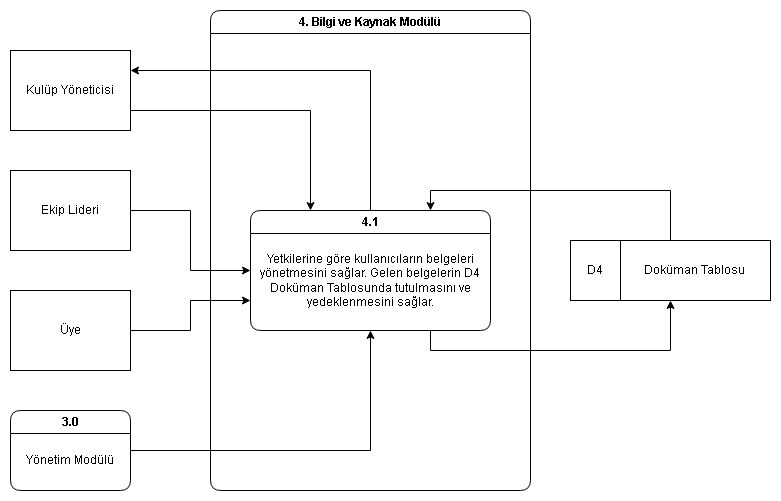
This is diagrams/vad2/vad2.4.drawio.png from furkanvka/Club-management-system, a draw.io export, as it was before one commit. Source tidied: cells renumbered, new cells last; positions are measured from the earlier drawing's top-left corner, leaving out a move shared by most shapes.
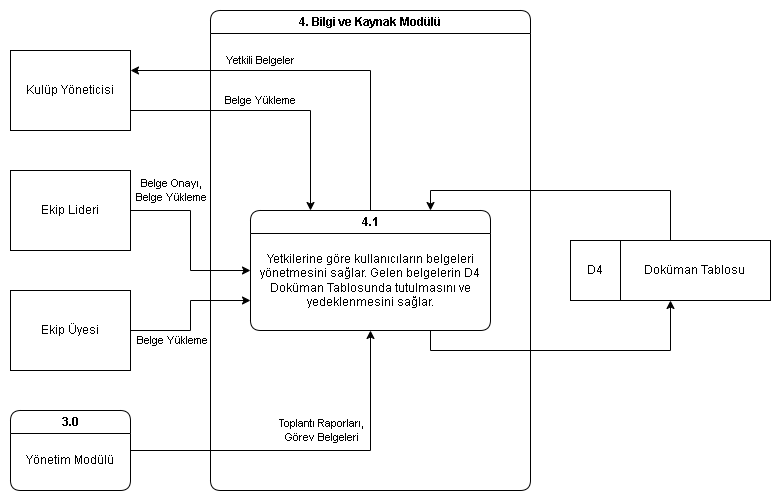
The same file after the commit.

Change to the diagram source:
```diff
@@ -31,24 +31,44 @@
     <mxCell id="9" style="edgeStyle=orthogonalEdgeStyle;rounded=0;jettySize=auto;html=1;exitX=1;exitY=0.75;exitDx=0;exitDy=0;entryX=0.25;entryY=0;entryDx=0;entryDy=0;" parent="1" edge="1" source="10" target="4">
       <mxGeometry relative="1" as="geometry" />
     </mxCell>
+    <mxCell id="20" value="Belge Yükleme" style="edgeLabel;html=1;align=center;verticalAlign=middle;" parent="9" vertex="1">
+      <mxGeometry x="-0.71" y="1" relative="1" as="geometry">
+        <mxPoint x="88" y="-9" as="offset" />
+      </mxGeometry>
+    </mxCell>
     <mxCell id="10" value="Kulüp Yöneticisi" style="rounded=0;whiteSpace=wrap;html=1;" parent="1" vertex="1">
       <mxGeometry y="40" width="120" height="80" as="geometry" />
     </mxCell>
     <mxCell id="11" style="edgeStyle=orthogonalEdgeStyle;rounded=0;jettySize=auto;html=1;exitX=1;exitY=0.5;exitDx=0;exitDy=0;entryX=0;entryY=0.5;entryDx=0;entryDy=0;" parent="1" edge="1" source="12" target="4">
       <mxGeometry relative="1" as="geometry" />
     </mxCell>
+    <mxCell id="21" value="Belge Onayı,&lt;br&gt;Belge Yükleme" style="edgeLabel;html=1;align=center;verticalAlign=middle;" parent="11" vertex="1">
+      <mxGeometry x="-0.5" y="-3" relative="1" as="geometry">
+        <mxPoint x="-5" y="-23" as="offset" />
+      </mxGeometry>
+    </mxCell>
     <mxCell id="12" value="Ekip Lideri" style="rounded=0;whiteSpace=wrap;html=1;" parent="1" vertex="1">
       <mxGeometry y="160" width="120" height="80" as="geometry" />
     </mxCell>
     <mxCell id="13" style="edgeStyle=orthogonalEdgeStyle;rounded=0;jettySize=auto;html=1;exitX=1;exitY=0.5;exitDx=0;exitDy=0;entryX=0;entryY=0.75;entryDx=0;entryDy=0;" parent="1" edge="1" source="14" target="4">
       <mxGeometry relative="1" as="geometry" />
     </mxCell>
+    <mxCell id="22" value="Belge Yükleme" style="edgeLabel;html=1;align=center;verticalAlign=middle;" parent="13" vertex="1">
+      <mxGeometry x="-0.45" y="-3" relative="1" as="geometry">
+        <mxPoint y="7" as="offset" />
+      </mxGeometry>
+    </mxCell>
-    <mxCell id="14" value="Üye" style="rounded=0;whiteSpace=wrap;html=1;" parent="1" vertex="1">
+    <mxCell id="14" value="Ekip Üyesi" style="rounded=0;whiteSpace=wrap;html=1;" parent="1" vertex="1">
       <mxGeometry y="280" width="120" height="80" as="geometry" />
     </mxCell>
     <mxCell id="15" style="edgeStyle=orthogonalEdgeStyle;rounded=0;jettySize=auto;html=1;exitX=1;exitY=0.5;exitDx=0;exitDy=0;entryX=0.5;entryY=1;entryDx=0;entryDy=0;" parent="1" edge="1" source="16" target="4">
       <mxGeometry relative="1" as="geometry" />
     </mxCell>
+    <mxCell id="23" value="Toplantı Raporları,&lt;br&gt;Görev Belgeleri" style="edgeLabel;html=1;align=center;verticalAlign=middle;" parent="15" vertex="1">
+      <mxGeometry x="-0.36" relative="1" as="geometry">
+        <mxPoint x="74" y="-20" as="offset" />
+      </mxGeometry>
+    </mxCell>
     <mxCell id="16" value="3.0" style="swimlane;whiteSpace=wrap;html=1;rounded=1;" parent="1" vertex="1">
       <mxGeometry y="400" width="120" height="80" as="geometry" />
     </mxCell>
@@ -61,5 +81,10 @@
     <mxCell id="19" style="edgeStyle=orthogonalEdgeStyle;rounded=0;jettySize=auto;html=1;exitX=0.5;exitY=0;exitDx=0;exitDy=0;entryX=1;entryY=0.25;entryDx=0;entryDy=0;" parent="1" edge="1" source="4" target="10">
       <mxGeometry relative="1" as="geometry" />
     </mxCell>
+    <mxCell id="24" value="Yetkili Belgeler" style="edgeLabel;html=1;align=center;verticalAlign=middle;" parent="19" vertex="1">
+      <mxGeometry x="0.75" y="-1" relative="1" as="geometry">
+        <mxPoint x="83" y="-9" as="offset" />
+      </mxGeometry>
+    </mxCell>
   </root>
 </mxGraphModel>
```
